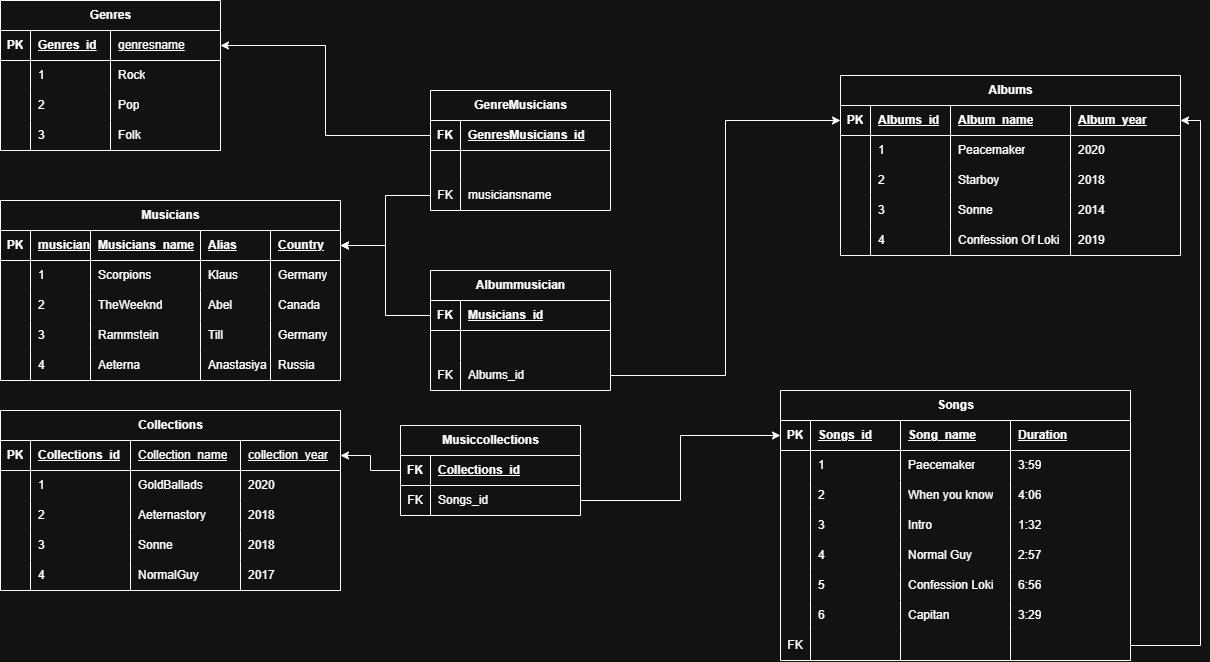
The draw.io diagram homework3.drawio.png in Maxim18-coder/homework3, before a commit. Source tidied: cells renumbered, new cells last; positions are measured from the earlier drawing's top-left corner, leaving out a move shared by most shapes.
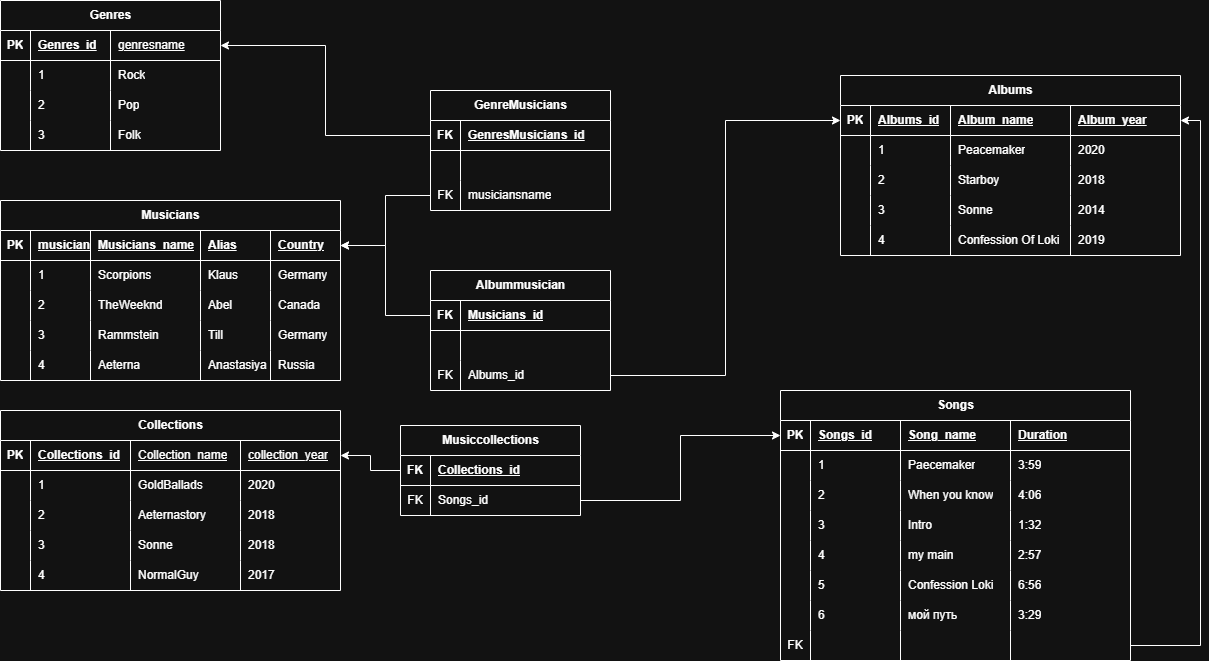
After the commit.

Diff of the diagram source:
```diff
@@ -470,7 +470,7 @@
     <mxCell id="157" value="4" style="shape=partialRectangle;fillColor=none;top=0;left=0;bottom=0;right=0;align=left;spacingLeft=6;overflow=hidden;whiteSpace=wrap;html=1;" parent="155" vertex="1">
       <mxGeometry x="30" width="90" height="30" as="geometry" />
     </mxCell>
-    <mxCell id="158" value="Normal Guy" style="shape=partialRectangle;fillColor=none;top=0;left=0;bottom=0;right=0;align=left;spacingLeft=6;overflow=hidden;whiteSpace=wrap;html=1;" parent="155" vertex="1">
+    <mxCell id="158" value="my main" style="shape=partialRectangle;fillColor=none;top=0;left=0;bottom=0;right=0;align=left;spacingLeft=6;overflow=hidden;whiteSpace=wrap;html=1;" parent="155" vertex="1">
       <mxGeometry x="120" width="110" height="30" as="geometry" />
     </mxCell>
     <mxCell id="159" value="2:57" style="shape=partialRectangle;fillColor=none;top=0;left=0;bottom=0;right=0;align=left;spacingLeft=6;overflow=hidden;whiteSpace=wrap;html=1;" parent="155" vertex="1">
@@ -500,7 +500,7 @@
     <mxCell id="167" value="6" style="shape=partialRectangle;fillColor=none;top=0;left=0;bottom=0;right=0;align=left;spacingLeft=6;overflow=hidden;whiteSpace=wrap;html=1;" parent="165" vertex="1">
       <mxGeometry x="30" width="90" height="30" as="geometry" />
     </mxCell>
-    <mxCell id="168" value="Capitan" style="shape=partialRectangle;fillColor=none;top=0;left=0;bottom=0;right=0;align=left;spacingLeft=6;overflow=hidden;whiteSpace=wrap;html=1;" parent="165" vertex="1">
+    <mxCell id="168" value="мой путь" style="shape=partialRectangle;fillColor=none;top=0;left=0;bottom=0;right=0;align=left;spacingLeft=6;overflow=hidden;whiteSpace=wrap;html=1;" parent="165" vertex="1">
       <mxGeometry x="120" width="110" height="30" as="geometry" />
     </mxCell>
     <mxCell id="169" value="3:29" style="shape=partialRectangle;fillColor=none;top=0;left=0;bottom=0;right=0;align=left;spacingLeft=6;overflow=hidden;whiteSpace=wrap;html=1;" parent="165" vertex="1">
```
